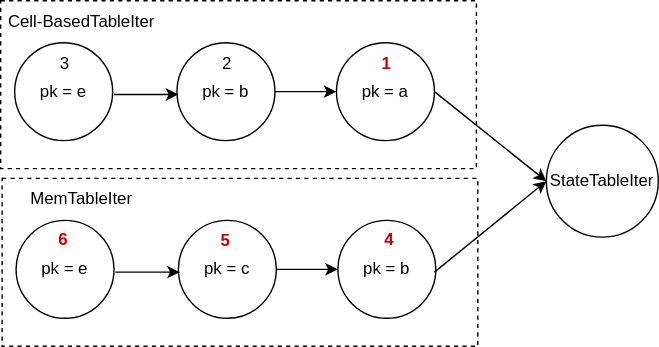
Above: docs/images/relational-table-layer/relational-table-02.svg in piedb-dev/piestream (draw.io), before the change. Source tidied: cells renumbered, new cells last; positions are measured from the earlier drawing's top-left corner, leaving out a move shared by most shapes. Its diagram source:
```xml
<mxGraphModel>
  <root>
    <mxCell id="0" />
    <mxCell id="1" parent="0" />
    <mxCell id="2" value="&lt;meta charset=&quot;utf-8&quot;&gt;&lt;span style=&quot;color: rgb(0, 0, 0); font-family: Helvetica; font-size: 12px; font-style: normal; font-variant-ligatures: normal; font-variant-caps: normal; font-weight: 400; letter-spacing: normal; orphans: 2; text-align: center; text-indent: 0px; text-transform: none; widows: 2; word-spacing: 0px; -webkit-text-stroke-width: 0px; background-color: rgb(248, 249, 250); text-decoration-thickness: initial; text-decoration-style: initial; text-decoration-color: initial; float: none; display: inline !important;&quot;&gt;4&lt;/span&gt;" style="rounded=0;whiteSpace=wrap;html=1;dashed=1;" parent="1" vertex="1">
      <mxGeometry x="1" y="127" width="340" height="120" as="geometry" />
    </mxCell>
    <mxCell id="3" value="pk = b" style="ellipse;whiteSpace=wrap;html=1;" parent="1" vertex="1">
      <mxGeometry x="241" y="157" width="70" height="70" as="geometry" />
    </mxCell>
    <mxCell id="4" style="edgeStyle=orthogonalEdgeStyle;rounded=0;jettySize=auto;html=1;exitX=1;exitY=0.5;exitDx=0;exitDy=0;" parent="1" edge="1" source="5" target="3">
      <mxGeometry relative="1" as="geometry" />
    </mxCell>
    <mxCell id="5" value="pk = c" style="ellipse;whiteSpace=wrap;html=1;" parent="1" vertex="1">
      <mxGeometry x="127" y="157" width="70" height="70" as="geometry" />
    </mxCell>
    <mxCell id="6" value="MemTableIter" style="text;html=1;strokeColor=none;fillColor=none;align=center;verticalAlign=middle;whiteSpace=wrap;rounded=0;dashed=1;" parent="1" vertex="1">
      <mxGeometry x="1" y="127" width="114" height="30" as="geometry" />
    </mxCell>
    <mxCell id="7" value="pk = e" style="ellipse;whiteSpace=wrap;html=1;" parent="1" vertex="1">
      <mxGeometry x="11" y="157" width="70" height="70" as="geometry" />
    </mxCell>
    <mxCell id="8" style="edgeStyle=orthogonalEdgeStyle;rounded=0;orthogonalLoop=1;jettySize=auto;html=1;exitX=1;exitY=0.5;exitDx=0;exitDy=0;" parent="1" edge="1">
      <mxGeometry relative="1" as="geometry">
        <mxPoint x="82" y="194" as="sourcePoint" />
        <mxPoint x="128" y="194" as="targetPoint" />
      </mxGeometry>
    </mxCell>
    <mxCell id="9" style="rounded=0;whiteSpace=wrap;html=1;dashed=1;" parent="1" vertex="1">
      <mxGeometry width="340" height="120" as="geometry" />
    </mxCell>
    <mxCell id="10" value="pk = a" style="ellipse;whiteSpace=wrap;html=1;" parent="1" vertex="1">
      <mxGeometry x="240" y="30" width="70" height="70" as="geometry" />
    </mxCell>
    <mxCell id="11" style="edgeStyle=orthogonalEdgeStyle;rounded=0;jettySize=auto;html=1;exitX=1;exitY=0.5;exitDx=0;exitDy=0;" parent="1" edge="1" source="12" target="10">
      <mxGeometry relative="1" as="geometry" />
    </mxCell>
    <mxCell id="12" value="pk = b" style="ellipse;whiteSpace=wrap;html=1;" parent="1" vertex="1">
      <mxGeometry x="126" y="30" width="70" height="70" as="geometry" />
    </mxCell>
    <mxCell id="13" value="StateTableIter" style="ellipse;whiteSpace=wrap;html=1;" parent="1" vertex="1">
      <mxGeometry x="390" y="89" width="80" height="80" as="geometry" />
    </mxCell>
    <mxCell id="14" style="endArrow=classic;html=1;rounded=0;exitX=1;exitY=0.5;exitDx=0;exitDy=0;entryX=0;entryY=0.5;entryDx=0;entryDy=0;" parent="1" edge="1" target="13">
      <mxGeometry relative="1" as="geometry">
        <mxPoint x="310" y="194" as="sourcePoint" />
      </mxGeometry>
    </mxCell>
    <mxCell id="15" style="endArrow=classic;html=1;rounded=0;exitX=1;exitY=0.5;exitDx=0;exitDy=0;" parent="1" edge="1" source="10">
      <mxGeometry relative="1" as="geometry">
        <mxPoint x="390" y="129" as="targetPoint" />
      </mxGeometry>
    </mxCell>
    <mxCell id="16" value="pk = e" style="ellipse;whiteSpace=wrap;html=1;" parent="1" vertex="1">
      <mxGeometry x="10" y="30" width="70" height="70" as="geometry" />
    </mxCell>
    <mxCell id="17" style="edgeStyle=orthogonalEdgeStyle;rounded=0;orthogonalLoop=1;jettySize=auto;html=1;exitX=1;exitY=0.5;exitDx=0;exitDy=0;" parent="1" edge="1">
      <mxGeometry relative="1" as="geometry">
        <mxPoint x="81" y="67" as="sourcePoint" />
        <mxPoint x="127" y="67" as="targetPoint" />
      </mxGeometry>
    </mxCell>
    <mxCell id="18" value="&lt;b&gt;&lt;font color=&quot;#cc0000&quot;&gt;1&lt;/font&gt;&lt;/b&gt;" style="text;html=1;strokeColor=none;fillColor=none;align=center;verticalAlign=middle;whiteSpace=wrap;rounded=0;dashed=1;" parent="1" vertex="1">
      <mxGeometry x="246" y="30" width="60" height="30" as="geometry" />
    </mxCell>
    <mxCell id="19" value="&lt;span style=&quot;font-family: Helvetica; font-size: 12px; font-style: normal; font-variant-ligatures: normal; font-variant-caps: normal; letter-spacing: normal; orphans: 2; text-align: center; text-indent: 0px; text-transform: none; widows: 2; word-spacing: 0px; -webkit-text-stroke-width: 0px; background-color: rgb(248, 249, 250); text-decoration-thickness: initial; text-decoration-style: initial; text-decoration-color: initial; float: none; display: inline !important;&quot;&gt;&lt;b style=&quot;&quot;&gt;&lt;font color=&quot;#cc0000&quot;&gt;4&lt;/font&gt;&lt;/b&gt;&lt;/span&gt;" style="text;html=1;strokeColor=none;fillColor=none;align=center;verticalAlign=middle;whiteSpace=wrap;rounded=0;dashed=1;" parent="1" vertex="1">
      <mxGeometry x="248" y="156" width="60" height="30" as="geometry" />
    </mxCell>
    <mxCell id="20" value="2" style="text;html=1;strokeColor=none;fillColor=none;align=center;verticalAlign=middle;whiteSpace=wrap;rounded=0;dashed=1;" parent="1" vertex="1">
      <mxGeometry x="132" y="30" width="60" height="30" as="geometry" />
    </mxCell>
    <mxCell id="21" value="3" style="text;html=1;strokeColor=none;fillColor=none;align=center;verticalAlign=middle;whiteSpace=wrap;rounded=0;dashed=1;" parent="1" vertex="1">
      <mxGeometry x="16" y="30" width="60" height="30" as="geometry" />
    </mxCell>
    <mxCell id="22" value="&lt;b&gt;&lt;font color=&quot;#cc0000&quot;&gt;&lt;span style=&quot;font-family: Helvetica; font-size: 12px; font-style: normal; font-variant-ligatures: normal; font-variant-caps: normal; letter-spacing: normal; orphans: 2; text-align: center; text-indent: 0px; text-transform: none; widows: 2; word-spacing: 0px; -webkit-text-stroke-width: 0px; background-color: rgb(248, 249, 250); text-decoration-thickness: initial; text-decoration-style: initial; text-decoration-color: initial; float: none; display: inline !important;&quot;&gt;5&lt;/span&gt;&lt;span style=&quot;font-family: monospace; font-size: 0px; text-align: start;&quot;&gt;%3CmxGraphModel%3E%3Croot%3E%3CmxCell%20id%3D%220%22%2F%3E%3CmxCell%20id%3D%221%22%20parent%3D%220%22%2F%3E%3CmxCell%20id%3D%222%22%20value%3D%22%26lt%3Bmeta%20charset%3D%26quot%3Butf-8%26quot%3B%26gt%3B%26lt%3Bspan%20style%3D%26quot%3Bcolor%3A%20rgb(0%2C%200%2C%200)%3B%20font-family%3A%20Helvetica%3B%20font-size%3A%2012px%3B%20font-style%3A%20normal%3B%20font-variant-ligatures%3A%20normal%3B%20font-variant-caps%3A%20normal%3B%20font-weight%3A%20400%3B%20letter-spacing%3A%20normal%3B%20orphans%3A%202%3B%20text-align%3A%20center%3B%20text-indent%3A%200px%3B%20text-transform%3A%20none%3B%20widows%3A%202%3B%20word-spacing%3A%200px%3B%20-webkit-text-stroke-width%3A%200px%3B%20background-color%3A%20rgb(248%2C%20249%2C%20250)%3B%20text-decoration-thickness%3A%20initial%3B%20text-decoration-style%3A%20initial%3B%20text-decoration-color%3A%20initial%3B%20float%3A%20none%3B%20display%3A%20inline%20!important%3B%26quot%3B%26gt%3B4%26lt%3B%2Fspan%26gt%3B%22%20style%3D%22text%3Bhtml%3D1%3BstrokeColor%3Dnone%3BfillColor%3Dnone%3Balign%3Dcenter%3BverticalAlign%3Dmiddle%3BwhiteSpace%3Dwrap%3Brounded%3D0%3Bdashed%3D1%3B%22%20vertex%3D%221%22%20parent%3D%221%22%3E%3CmxGeometry%20x%3D%22374%22%20y%3D%22377%22%20width%3D%2260%22%20height%3D%2230%22%20as%3D%22geometry%22%2F%3E%3C%2FmxCell%3E%3C%2Froot%3E%3C%2FmxGraphModel%3E&lt;/span&gt;&lt;/font&gt;&lt;/b&gt;" style="text;html=1;strokeColor=none;fillColor=none;align=center;verticalAlign=middle;whiteSpace=wrap;rounded=0;dashed=1;" parent="1" vertex="1">
      <mxGeometry x="131" y="157" width="60" height="30" as="geometry" />
    </mxCell>
    <mxCell id="23" value="&lt;span style=&quot;font-family: Helvetica; font-size: 12px; font-style: normal; font-variant-ligatures: normal; font-variant-caps: normal; letter-spacing: normal; orphans: 2; text-align: center; text-indent: 0px; text-transform: none; widows: 2; word-spacing: 0px; -webkit-text-stroke-width: 0px; background-color: rgb(248, 249, 250); text-decoration-thickness: initial; text-decoration-style: initial; text-decoration-color: initial; float: none; display: inline !important;&quot;&gt;&lt;b style=&quot;&quot;&gt;&lt;font color=&quot;#cc0000&quot;&gt;6&lt;/font&gt;&lt;/b&gt;&lt;/span&gt;" style="text;html=1;strokeColor=none;fillColor=none;align=center;verticalAlign=middle;whiteSpace=wrap;rounded=0;dashed=1;" parent="1" vertex="1">
      <mxGeometry x="15" y="156" width="60" height="30" as="geometry" />
    </mxCell>
    <mxCell id="24" value="Cell-BasedTableIter" style="text;html=1;strokeColor=none;fillColor=none;align=center;verticalAlign=middle;whiteSpace=wrap;rounded=0;dashed=1;" parent="1" vertex="1">
      <mxGeometry x="1" width="114" height="30" as="geometry" />
    </mxCell>
  </root>
</mxGraphModel>
```
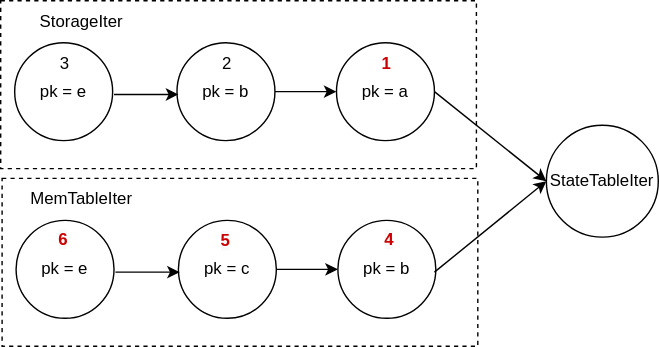
The same diagram one commit later.

Change to the diagram source:
```diff
@@ -78,7 +78,7 @@
     <mxCell id="23" value="&lt;span style=&quot;font-family: Helvetica; font-size: 12px; font-style: normal; font-variant-ligatures: normal; font-variant-caps: normal; letter-spacing: normal; orphans: 2; text-align: center; text-indent: 0px; text-transform: none; widows: 2; word-spacing: 0px; -webkit-text-stroke-width: 0px; background-color: rgb(248, 249, 250); text-decoration-thickness: initial; text-decoration-style: initial; text-decoration-color: initial; float: none; display: inline !important;&quot;&gt;&lt;b style=&quot;&quot;&gt;&lt;font color=&quot;#cc0000&quot;&gt;6&lt;/font&gt;&lt;/b&gt;&lt;/span&gt;" style="text;html=1;strokeColor=none;fillColor=none;align=center;verticalAlign=middle;whiteSpace=wrap;rounded=0;dashed=1;" parent="1" vertex="1">
       <mxGeometry x="15" y="156" width="60" height="30" as="geometry" />
     </mxCell>
-    <mxCell id="24" value="Cell-BasedTableIter" style="text;html=1;strokeColor=none;fillColor=none;align=center;verticalAlign=middle;whiteSpace=wrap;rounded=0;dashed=1;" parent="1" vertex="1">
+    <mxCell id="24" value="StorageIter" style="text;html=1;strokeColor=none;fillColor=none;align=center;verticalAlign=middle;whiteSpace=wrap;rounded=0;dashed=1;" parent="1" vertex="1">
       <mxGeometry x="1" width="114" height="30" as="geometry" />
     </mxCell>
   </root>
```
